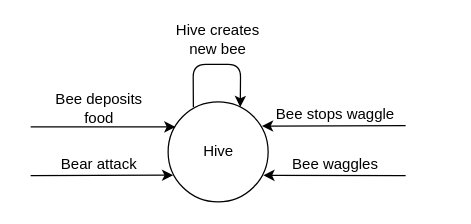
Before: Finite State Machines/Hive FSM.drawio in benwingerter/bee-simulation, a draw.io diagram. Source tidied: cells renumbered, new cells numbered last; positions are measured from the earlier drawing's top-left corner, leaving out a move shared by most shapes. Both pictures are drawn from the tidied source at 125%, with x=0, y=0 at pixel (30, 26).
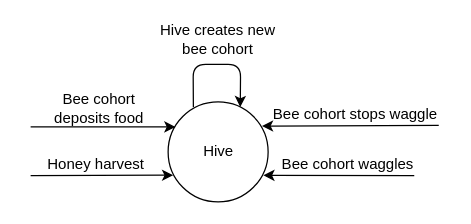
The same page after the edit.

The change refers to these unchanged cells:
```xml
<mxCell id="3" style="ellipse;whiteSpace=wrap;html=1;" parent="2" vertex="1">
  <mxGeometry width="80" height="80" as="geometry" />
</mxCell>
```

Change to the diagram source:
```diff
@@
-    <mxCell id="5" value="Bee deposits food" style="text;html=1;strokeColor=none;fillColor=none;align=center;verticalAlign=middle;whiteSpace=wrap;rounded=0;" parent="1" vertex="1">
+    <mxCell id="5" value="Bee cohort deposits food" style="text;html=1;strokeColor=none;fillColor=none;align=center;verticalAlign=middle;whiteSpace=wrap;rounded=0;" parent="1" vertex="1">
       <mxGeometry x="15" y="50" width="80" height="30" as="geometry" />
     </mxCell>
@@
-    <mxCell id="8" value="Hive creates new bee" style="text;html=1;strokeColor=none;fillColor=none;align=center;verticalAlign=middle;whiteSpace=wrap;rounded=0;" parent="1" vertex="1">
-      <mxGeometry x="110" width="80" height="20" as="geometry" />
+    <mxCell id="8" value="Hive creates new bee cohort" style="text;html=1;strokeColor=none;fillColor=none;align=center;verticalAlign=middle;whiteSpace=wrap;rounded=0;" parent="1" vertex="1">
+      <mxGeometry x="100" width="100" height="20" as="geometry" />
     </mxCell>
@@
-    <mxCell id="10" value="Bear attack" style="text;html=1;strokeColor=none;fillColor=none;align=center;verticalAlign=middle;whiteSpace=wrap;rounded=0;" parent="1" vertex="1">
-      <mxGeometry x="15" y="100" width="80" height="20" as="geometry" />
+    <mxCell id="10" value="Honey harvest" style="text;html=1;strokeColor=none;fillColor=none;align=center;verticalAlign=middle;whiteSpace=wrap;rounded=0;" parent="1" vertex="1">
+      <mxGeometry x="10" y="100" width="85" height="20" as="geometry" />
     </mxCell>
-    <mxCell id="11" value="Bee stops waggle" style="text;html=1;strokeColor=none;fillColor=none;align=center;verticalAlign=middle;whiteSpace=wrap;rounded=0;" parent="1" vertex="1">
-      <mxGeometry x="190" y="60" width="108.3" height="20" as="geometry" />
+    <mxCell id="11" value="Bee cohort stops waggle" style="text;html=1;strokeColor=none;fillColor=none;align=center;verticalAlign=middle;whiteSpace=wrap;rounded=0;" parent="1" vertex="1">
+      <mxGeometry x="190" y="60" width="140" height="20" as="geometry" />
     </mxCell>
-    <mxCell id="12" style="endArrow=classic;html=1;rounded=0;entryX=0.938;entryY=0.242;entryDx=0;entryDy=0;entryPerimeter=0;" parent="1" edge="1" target="3">
-      <mxGeometry relative="1" as="geometry">
-        <mxPoint x="300" y="79" as="sourcePoint" />
-      </mxGeometry>
+    <mxCell id="12" style="endArrow=classic;html=1;rounded=0;entryX=0.938;entryY=0.242;entryDx=0;entryDy=0;entryPerimeter=0;exitX=0.975;exitY=0.942;exitDx=0;exitDy=0;exitPerimeter=0;" parent="1" edge="1" source="11" target="3">
+      <mxGeometry relative="1" as="geometry" />
     </mxCell>
-    <mxCell id="13" style="endArrow=classic;html=1;rounded=0;entryX=0.952;entryY=0.735;entryDx=0;entryDy=0;entryPerimeter=0;" parent="1" edge="1" target="3">
-      <mxGeometry relative="1" as="geometry">
-        <mxPoint x="300" y="119" as="sourcePoint" />
-      </mxGeometry>
+    <mxCell id="13" style="endArrow=classic;html=1;rounded=0;entryX=0.952;entryY=0.735;entryDx=0;entryDy=0;entryPerimeter=0;exitX=0.987;exitY=0.948;exitDx=0;exitDy=0;exitPerimeter=0;" parent="1" edge="1" source="14" target="3">
+      <mxGeometry relative="1" as="geometry" />
     </mxCell>
-    <mxCell id="14" value="Bee waggles" style="text;html=1;strokeColor=none;fillColor=none;align=center;verticalAlign=middle;whiteSpace=wrap;rounded=0;" parent="1" vertex="1">
-      <mxGeometry x="190" y="100" width="108.3" height="20" as="geometry" />
+    <mxCell id="14" value="Bee cohort waggles" style="text;html=1;strokeColor=none;fillColor=none;align=center;verticalAlign=middle;whiteSpace=wrap;rounded=0;" parent="1" vertex="1">
+      <mxGeometry x="200" y="100" width="108.3" height="20" as="geometry" />
     </mxCell>
```
